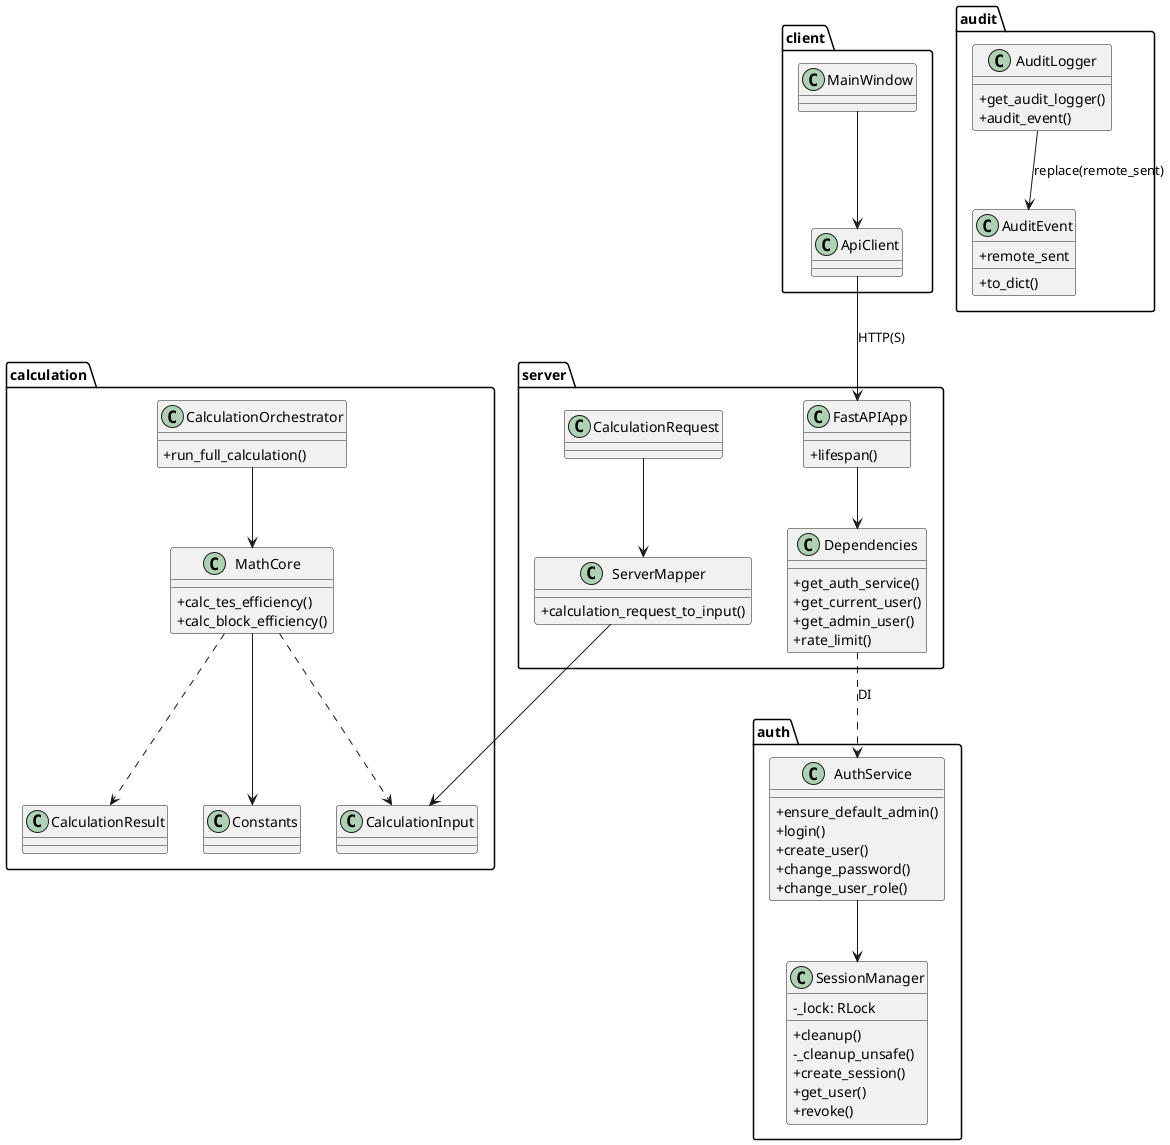
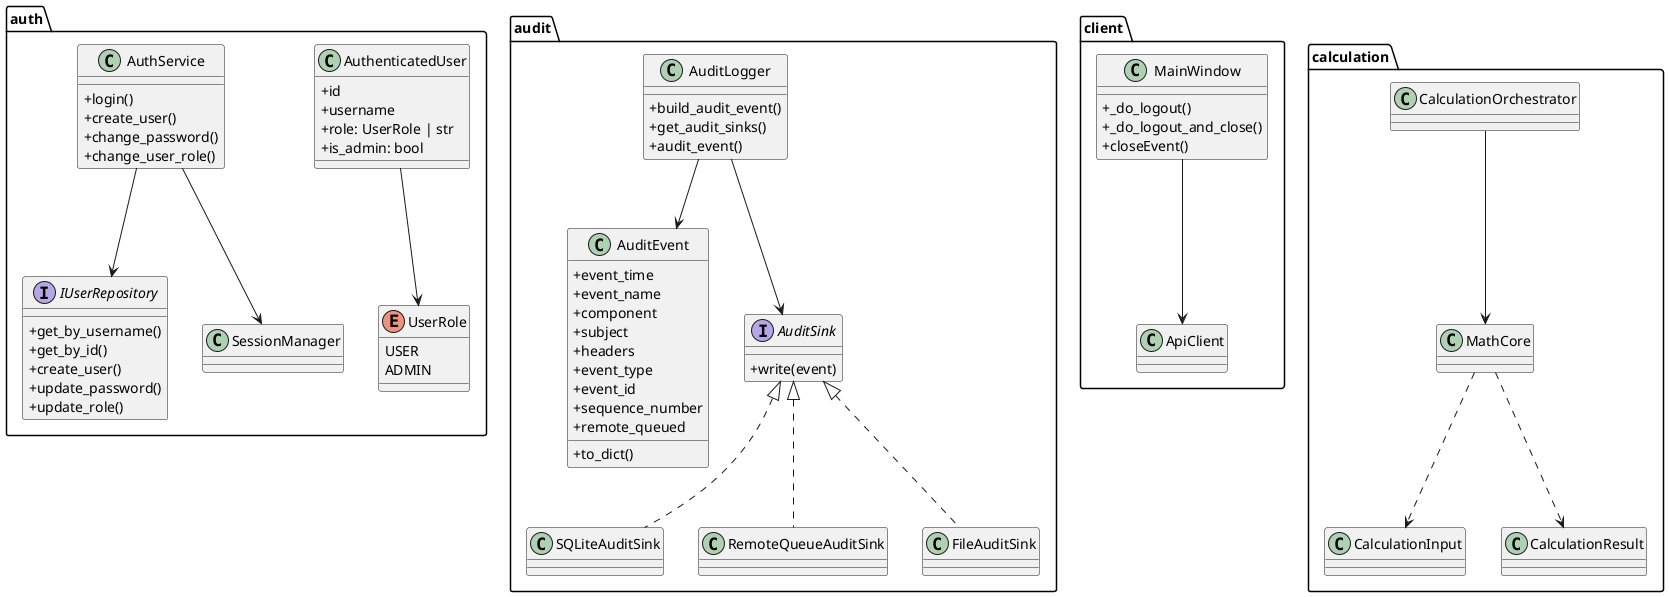
@startuml
skinparam classAttributeIconSize 0

- package "server" {
-   class FastAPIApp {
-     +lifespan()
+ package "auth" {
+   class AuthenticatedUser {
+     +id
+     +username
+     +role: UserRole | str
+     +is_admin: bool
  }
-   class Dependencies {
-     +get_auth_service()
-     +get_current_user()
-     +get_admin_user()
-     +rate_limit()
+ 
+   enum UserRole {
+     USER
+     ADMIN
  }
-   class CalculationRequest
-   class ServerMapper {
-     +calculation_request_to_input()
-   }
- }

- package "auth" {
  class AuthService {
-     +ensure_default_admin()
    +login()
    +create_user()
    +change_password()
    +change_user_role()
  }
-   class SessionManager {
-     -_lock: RLock
-     +cleanup()
-     -_cleanup_unsafe()
-     +create_session()
-     +get_user()
-     +revoke()
+ 
+   interface IUserRepository {
+     +get_by_username()
+     +get_by_id()
+     +create_user()
+     +update_password()
+     +update_role()
  }
+ 
+   class SessionManager
+ }
+ 
+ package "audit" {
+   class AuditEvent {
+     +event_time
+     +event_name
+     +component
+     +subject
+     +headers
+     +event_type
+     +event_id
+     +sequence_number
+     +remote_queued
+     +to_dict()
+   }
+ 
+   interface AuditSink {
+     +write(event)
+   }
+ 
+   class SQLiteAuditSink
+   class RemoteQueueAuditSink
+   class FileAuditSink
+   class AuditLogger {
+     +build_audit_event()
+     +get_audit_sinks()
+     +audit_event()
+   }
+ }
+ 
+ package "client" {
+   class MainWindow {
+     +_do_logout()
+     +_do_logout_and_close()
+     +closeEvent()
+   }
+   class ApiClient
}

package "calculation" {
  class CalculationInput
  class CalculationResult
-   class CalculationOrchestrator {
-     +run_full_calculation()
-   }
-   class MathCore {
-     +calc_tes_efficiency()
-     +calc_block_efficiency()
-   }
-   class Constants
+   class CalculationOrchestrator
+   class MathCore
}

- package "audit" {
-   class AuditEvent {
-     +remote_sent
-     +to_dict()
-   }
-   class AuditLogger {
-     +get_audit_logger()
-     +audit_event()
-   }
- }
- 
- package "client" {
-   class MainWindow
-   class ApiClient
- }
- 
- FastAPIApp --> Dependencies
- Dependencies ..> AuthService : DI
+ AuthenticatedUser --> UserRole
+ AuthService --> IUserRepository
+ AuthService --> SessionManager
+ AuditSink <|.. SQLiteAuditSink
+ AuditSink <|.. RemoteQueueAuditSink
+ AuditSink <|.. FileAuditSink
+ AuditLogger --> AuditEvent
+ AuditLogger --> AuditSink
MainWindow --> ApiClient
- ApiClient --> FastAPIApp : HTTP(S)
- CalculationRequest --> ServerMapper
- ServerMapper --> CalculationInput
CalculationOrchestrator --> MathCore
- MathCore --> Constants
MathCore ..> CalculationInput
MathCore ..> CalculationResult
- AuthService --> SessionManager
- AuditLogger --> AuditEvent : replace(remote_sent)
@enduml
